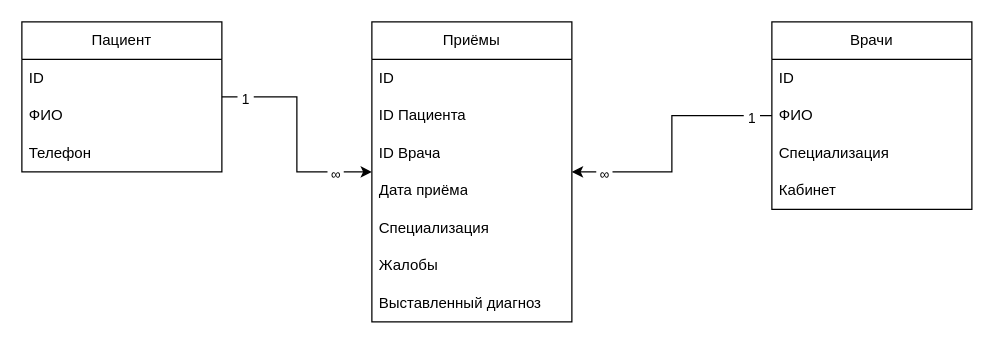
The draw.io diagram doc/clinic_db.drawio in Zzior/clinic-app, before the edit. Source tidied: cells renumbered, new cells numbered last; positions are measured from the earlier drawing's top-left corner, leaving out a move shared by most shapes. Both pictures are drawn from the tidied source at 125%, with x=0, y=0 at pixel (21, 21).
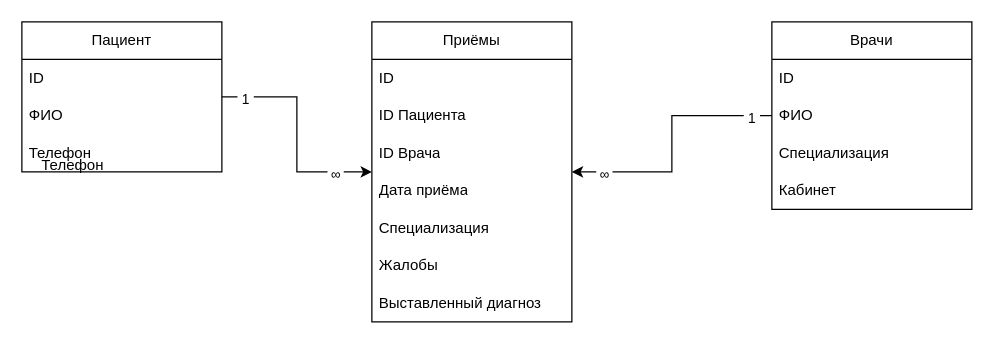
The same page after the edit.

Commit message (it also covers changes not shown here):
clinic-app v0.5 Add: page routing, auth ...

Diff of the diagram source:
```diff
@@
+    <mxCell id="25" value="Телефон" style="text;strokeColor=none;fillColor=none;align=left;verticalAlign=middle;spacingLeft=4;spacingRight=4;overflow=hidden;whiteSpace=wrap;html=1;" parent="1" vertex="1">
+      <mxGeometry x="10" y="100" width="160" height="30" as="geometry" />
+    </mxCell>
```
